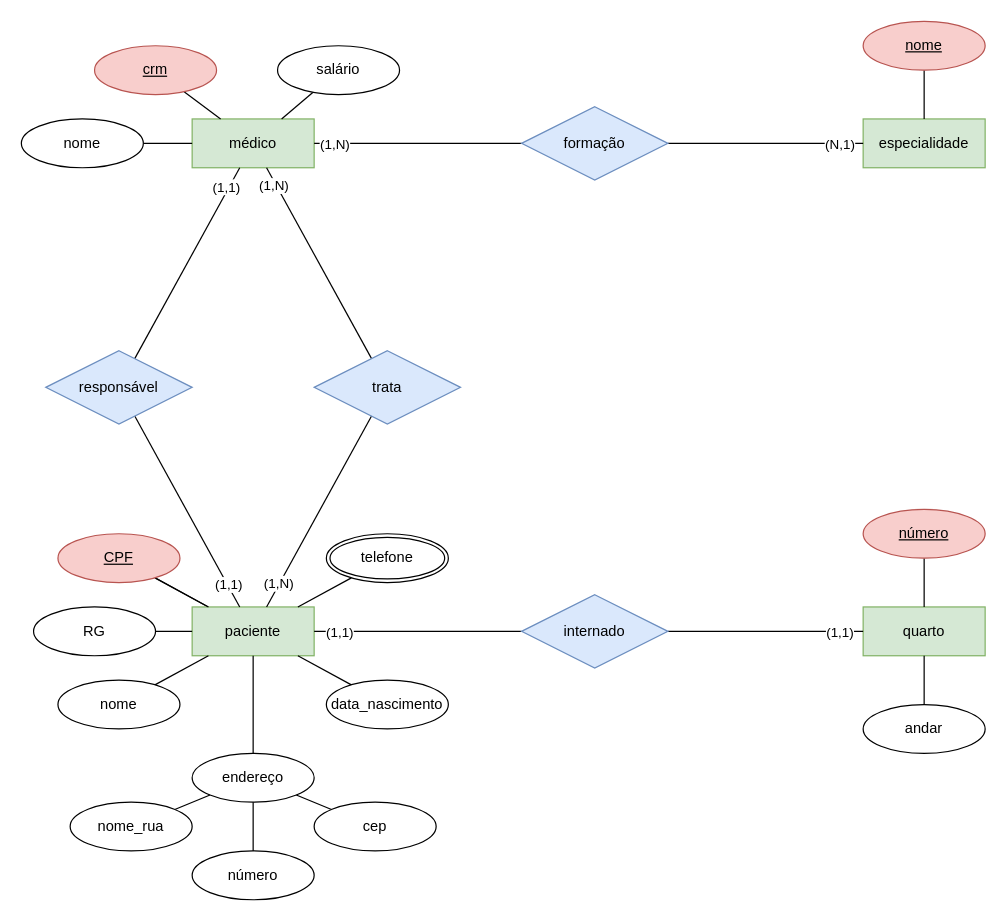
Above: aula2-minimundo-clínica.drawio in AristoEinstein/db-fundamentals (draw.io), before the change. Source tidied: cells renumbered, new cells numbered last; positions are measured from the earlier drawing's top-left corner, leaving out a move shared by most shapes. Both pictures are drawn from the tidied source at 122%, with x=0, y=0 at pixel (21, 21).
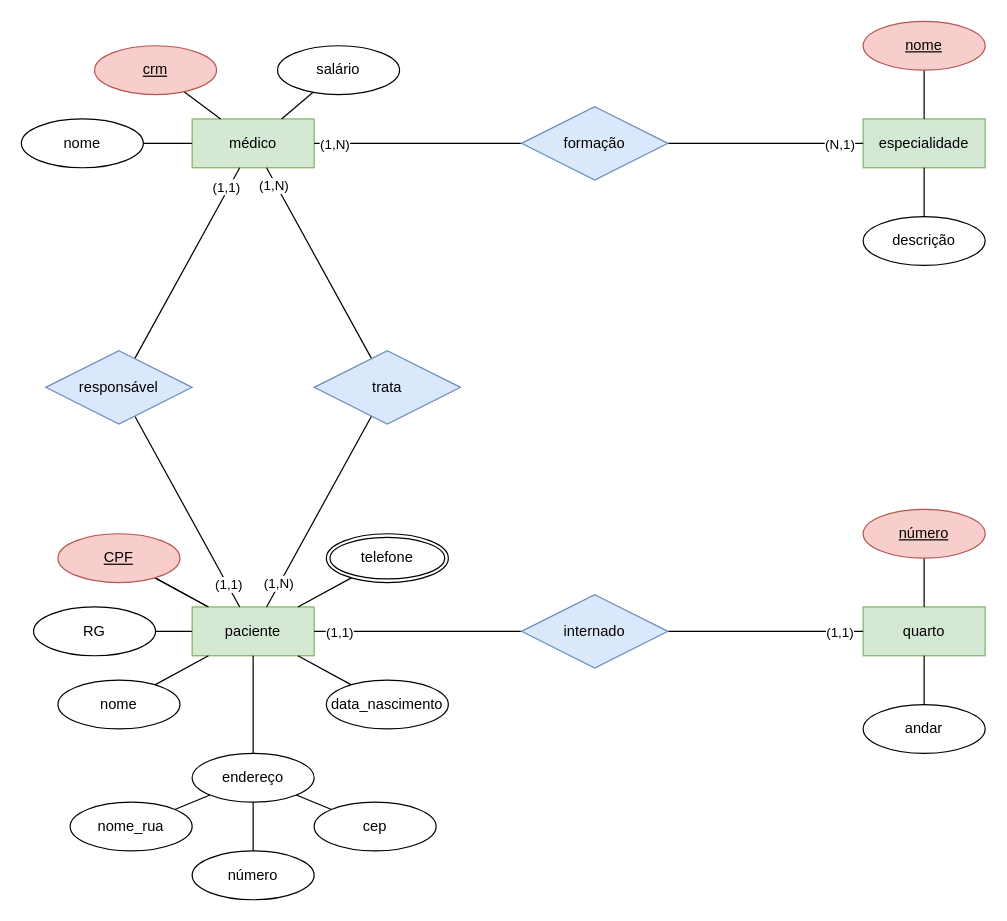
Above is the later version.

Unchanged cells that the change refers to:
```xml
<mxCell id="3" value="especialidade" style="whiteSpace=wrap;html=1;align=center;fillColor=#d5e8d4;strokeColor=#82b366;" parent="1" vertex="1">
  <mxGeometry x="690" y="80" width="100" height="40" as="geometry" />
</mxCell>
```

Diff of the diagram source:
```diff
@@
+    <mxCell id="57" style="edgeStyle=none;rounded=0;jettySize=auto;html=1;endArrow=none;endFill=0;" parent="1" edge="1" source="58" target="3">
+      <mxGeometry relative="1" as="geometry" />
+    </mxCell>
+    <mxCell id="58" value="descrição" style="ellipse;whiteSpace=wrap;html=1;align=center;" parent="1" vertex="1">
+      <mxGeometry x="690" y="160" width="100" height="40" as="geometry" />
+    </mxCell>
```
